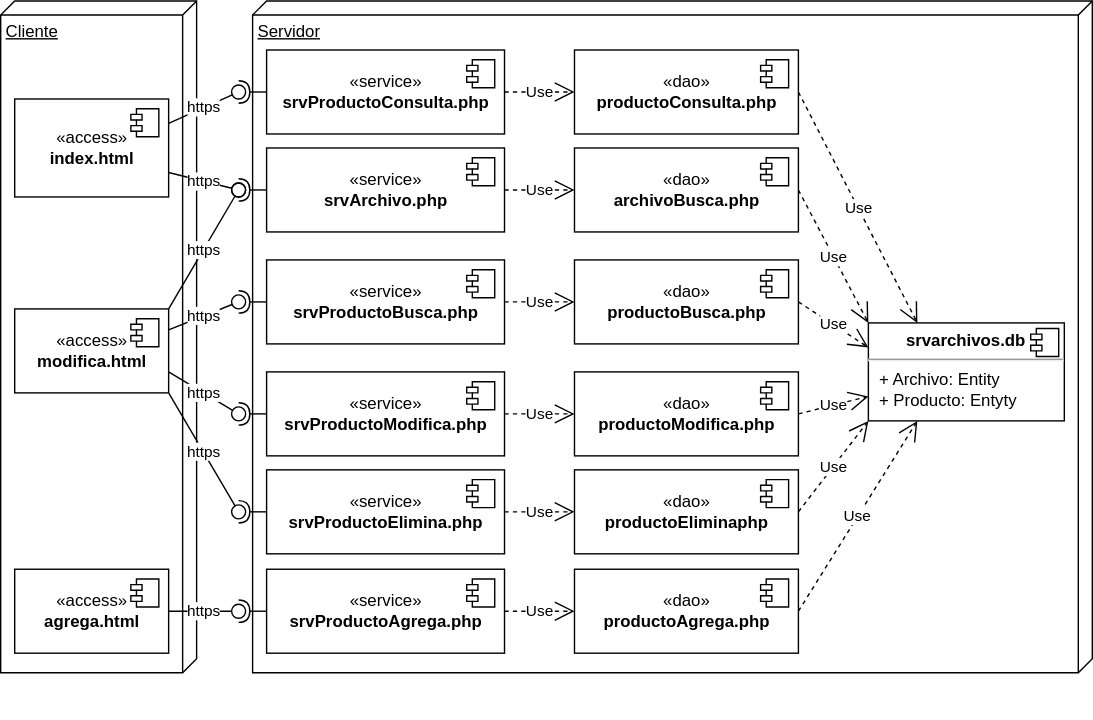
This is docs/img/m20archivos/archivosdeploy.drawio.svg from gilpgawoas/gilpgawoas.github.io, a draw.io export, as it was before one commit. Source tidied: cells renumbered, new cells last; positions are measured from the earlier drawing's top-left corner, leaving out a move shared by most shapes.
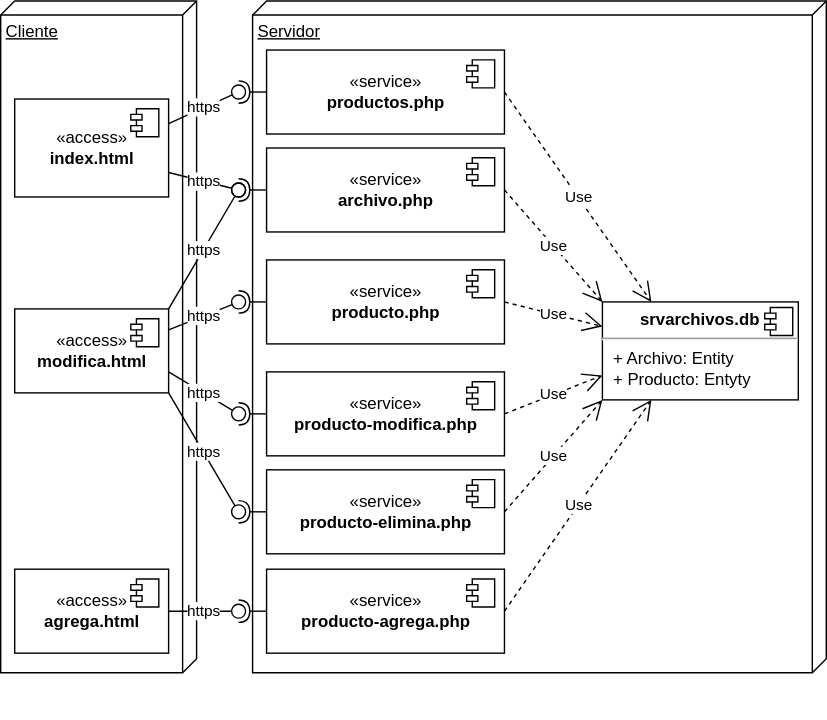
The same file after the commit.

The edit, as a diff of the source:
```diff
@@ -6,7 +6,7 @@
       <mxGeometry width="140" height="480" as="geometry" />
     </mxCell>
     <mxCell id="3" value="Servidor" style="verticalAlign=top;align=left;spacingTop=8;spacingLeft=2;spacingRight=12;shape=cube;size=10;direction=south;fontStyle=4;html=1;" parent="1" vertex="1">
-      <mxGeometry x="180" width="600" height="480" as="geometry" />
+      <mxGeometry x="180" width="410" height="480" as="geometry" />
     </mxCell>
     <mxCell id="4" value="«access»&lt;br&gt;&lt;b&gt;index.html&lt;/b&gt;" style="html=1;" parent="1" vertex="1">
       <mxGeometry x="10" y="70" width="110" height="70" as="geometry" />
@@ -16,7 +16,7 @@
         <mxPoint x="-27" y="7" as="offset" />
       </mxGeometry>
     </mxCell>
-    <mxCell id="6" value="«service»&lt;br&gt;&lt;b&gt;srvProductoConsulta.php&lt;/b&gt;" style="html=1;" parent="1" vertex="1">
+    <mxCell id="6" value="«service»&lt;br&gt;&lt;b&gt;productos.php&lt;/b&gt;" style="html=1;" parent="1" vertex="1">
       <mxGeometry x="190" y="35" width="170" height="60" as="geometry" />
     </mxCell>
     <mxCell id="7" style="shape=module;jettyWidth=8;jettyHeight=4;" parent="6" vertex="1">
@@ -24,56 +24,23 @@
         <mxPoint x="-27" y="7" as="offset" />
       </mxGeometry>
     </mxCell>
-    <mxCell id="8" value="«dao»&lt;br&gt;&lt;b&gt;productoAgrega.php&lt;/b&gt;" style="html=1;" parent="1" vertex="1">
-      <mxGeometry x="410" y="406" width="160" height="60" as="geometry" />
-    </mxCell>
-    <mxCell id="9" style="shape=module;jettyWidth=8;jettyHeight=4;" parent="8" vertex="1">
-      <mxGeometry x="1" width="20" height="20" relative="1" as="geometry">
-        <mxPoint x="-27" y="7" as="offset" />
-      </mxGeometry>
-    </mxCell>
-    <mxCell id="10" value="Use" style="endArrow=open;endSize=12;dashed=1;html=1;rounded=0;entryX=0;entryY=0.5;entryDx=0;entryDy=0;exitX=1;exitY=0.5;exitDx=0;exitDy=0;" parent="1" edge="1" source="6" target="26">
-      <mxGeometry relative="1" as="geometry" />
-    </mxCell>
-    <mxCell id="11" value="Use" style="endArrow=open;endSize=12;dashed=1;html=1;rounded=0;exitX=1;exitY=0.5;exitDx=0;exitDy=0;entryX=0.25;entryY=1;entryDx=0;entryDy=0;" parent="1" edge="1" source="8" target="12">
+    <mxCell id="11" value="Use" style="endArrow=open;endSize=12;dashed=1;html=1;rounded=0;exitX=1;exitY=0.5;exitDx=0;exitDy=0;entryX=0.25;entryY=1;entryDx=0;entryDy=0;" parent="1" edge="1" source="32" target="12">
       <mxGeometry relative="1" as="geometry" />
     </mxCell>
     <mxCell id="12" value="&lt;p style=&quot;margin:0px;margin-top:6px;text-align:center;&quot;&gt;&lt;b&gt;srvarchivos.db&lt;/b&gt;&lt;/p&gt;&lt;hr&gt;&lt;p style=&quot;margin:0px;margin-left:8px;&quot;&gt;+ Archivo: Entity&lt;/p&gt;&lt;p style=&quot;margin:0px;margin-left:8px;&quot;&gt;+ Producto: Entyty&lt;/p&gt;" style="align=left;overflow=fill;html=1;" parent="1" vertex="1">
-      <mxGeometry x="620" y="230" width="140" height="70" as="geometry" />
+      <mxGeometry x="430" y="215" width="140" height="70" as="geometry" />
     </mxCell>
     <mxCell id="13" style="shape=component;jettyWidth=8;jettyHeight=4;" parent="12" vertex="1">
       <mxGeometry x="1" width="20" height="20" relative="1" as="geometry">
         <mxPoint x="-24" y="4" as="offset" />
       </mxGeometry>
     </mxCell>
-    <mxCell id="14" value="«dao»&lt;br&gt;&lt;b&gt;productoBusca.php&lt;/b&gt;" style="html=1;" parent="1" vertex="1">
-      <mxGeometry x="410" y="185" width="160" height="60" as="geometry" />
-    </mxCell>
-    <mxCell id="15" style="shape=module;jettyWidth=8;jettyHeight=4;" parent="14" vertex="1">
-      <mxGeometry x="1" width="20" height="20" relative="1" as="geometry">
-        <mxPoint x="-27" y="7" as="offset" />
-      </mxGeometry>
-    </mxCell>
-    <mxCell id="16" value="«dao»&lt;br&gt;&lt;b&gt;productoEliminaphp&lt;/b&gt;" style="html=1;" parent="1" vertex="1">
-      <mxGeometry x="410" y="335" width="160" height="60" as="geometry" />
-    </mxCell>
-    <mxCell id="17" style="shape=module;jettyWidth=8;jettyHeight=4;" parent="16" vertex="1">
-      <mxGeometry x="1" width="20" height="20" relative="1" as="geometry">
-        <mxPoint x="-27" y="7" as="offset" />
-      </mxGeometry>
-    </mxCell>
-    <mxCell id="18" value="Use" style="endArrow=open;endSize=12;dashed=1;html=1;rounded=0;exitX=1;exitY=0.5;exitDx=0;exitDy=0;entryX=0;entryY=0.25;entryDx=0;entryDy=0;" parent="1" edge="1" source="14" target="12">
+    <mxCell id="18" value="Use" style="endArrow=open;endSize=12;dashed=1;html=1;rounded=0;exitX=1;exitY=0.5;exitDx=0;exitDy=0;entryX=0;entryY=0.25;entryDx=0;entryDy=0;" parent="1" edge="1" source="28" target="12">
       <mxGeometry relative="1" as="geometry" />
     </mxCell>
-    <mxCell id="19" value="Use" style="endArrow=open;endSize=12;dashed=1;html=1;rounded=0;exitX=1;exitY=0.5;exitDx=0;exitDy=0;entryX=0;entryY=1;entryDx=0;entryDy=0;" parent="1" edge="1" source="16" target="12">
+    <mxCell id="19" value="Use" style="endArrow=open;endSize=12;dashed=1;html=1;rounded=0;exitX=1;exitY=0.5;exitDx=0;exitDy=0;entryX=0;entryY=1;entryDx=0;entryDy=0;" parent="1" edge="1" source="30" target="12">
       <mxGeometry relative="1" as="geometry" />
     </mxCell>
-    <mxCell id="20" value="Use" style="endArrow=open;endSize=12;dashed=1;html=1;rounded=0;entryX=0;entryY=0.5;entryDx=0;entryDy=0;exitX=1;exitY=0.5;exitDx=0;exitDy=0;" parent="1" edge="1" source="30" target="16">
-      <mxGeometry relative="1" as="geometry" />
-    </mxCell>
-    <mxCell id="21" value="Use" style="endArrow=open;endSize=12;dashed=1;html=1;rounded=0;entryX=0;entryY=0.5;entryDx=0;entryDy=0;exitX=1;exitY=0.5;exitDx=0;exitDy=0;" parent="1" edge="1" source="32" target="8">
-      <mxGeometry relative="1" as="geometry" />
-    </mxCell>
     <mxCell id="22" value="«access»&lt;br&gt;&lt;b&gt;agrega.html&lt;/b&gt;" style="html=1;" parent="1" vertex="1">
       <mxGeometry x="10" y="406" width="110" height="60" as="geometry" />
     </mxCell>
@@ -90,15 +57,7 @@
         <mxPoint x="-27" y="7" as="offset" />
       </mxGeometry>
     </mxCell>
-    <mxCell id="26" value="«dao»&lt;br&gt;&lt;b&gt;productoConsulta.php&lt;/b&gt;" style="html=1;" parent="1" vertex="1">
-      <mxGeometry x="410" y="35" width="160" height="60" as="geometry" />
-    </mxCell>
-    <mxCell id="27" style="shape=module;jettyWidth=8;jettyHeight=4;" parent="26" vertex="1">
-      <mxGeometry x="1" width="20" height="20" relative="1" as="geometry">
-        <mxPoint x="-27" y="7" as="offset" />
-      </mxGeometry>
-    </mxCell>
-    <mxCell id="28" value="«service»&lt;br&gt;&lt;b&gt;srvProductoBusca&lt;/b&gt;&lt;b&gt;.php&lt;/b&gt;" style="html=1;" parent="1" vertex="1">
+    <mxCell id="28" value="«service»&lt;br&gt;&lt;b&gt;producto&lt;/b&gt;&lt;b&gt;.php&lt;/b&gt;" style="html=1;" parent="1" vertex="1">
       <mxGeometry x="190" y="185" width="170" height="60" as="geometry" />
     </mxCell>
     <mxCell id="29" style="shape=module;jettyWidth=8;jettyHeight=4;" parent="28" vertex="1">
@@ -106,7 +65,7 @@
         <mxPoint x="-27" y="7" as="offset" />
       </mxGeometry>
     </mxCell>
-    <mxCell id="30" value="«service»&lt;br&gt;&lt;b&gt;srvProductoElimina&lt;/b&gt;&lt;b&gt;.php&lt;/b&gt;" style="html=1;" parent="1" vertex="1">
+    <mxCell id="30" value="«service»&lt;br&gt;&lt;b&gt;producto-elimina&lt;/b&gt;&lt;b&gt;.php&lt;/b&gt;" style="html=1;" parent="1" vertex="1">
       <mxGeometry x="190" y="335" width="170" height="60" as="geometry" />
     </mxCell>
     <mxCell id="31" style="shape=module;jettyWidth=8;jettyHeight=4;" parent="30" vertex="1">
@@ -114,7 +73,7 @@
         <mxPoint x="-27" y="7" as="offset" />
       </mxGeometry>
     </mxCell>
-    <mxCell id="32" value="«service»&lt;br&gt;&lt;b&gt;srvProductoAgreg&lt;/b&gt;&lt;b&gt;a.php&lt;/b&gt;" style="html=1;" parent="1" vertex="1">
+    <mxCell id="32" value="«service»&lt;br&gt;&lt;b&gt;producto-agreg&lt;/b&gt;&lt;b&gt;a.php&lt;/b&gt;" style="html=1;" parent="1" vertex="1">
       <mxGeometry x="190" y="406" width="170" height="60" as="geometry" />
     </mxCell>
     <mxCell id="33" style="shape=module;jettyWidth=8;jettyHeight=4;" parent="32" vertex="1">
@@ -122,10 +81,7 @@
         <mxPoint x="-27" y="7" as="offset" />
       </mxGeometry>
     </mxCell>
-    <mxCell id="34" value="Use" style="endArrow=open;endSize=12;dashed=1;html=1;rounded=0;entryX=0;entryY=0.5;entryDx=0;entryDy=0;exitX=1;exitY=0.5;exitDx=0;exitDy=0;" parent="1" edge="1" source="28" target="14">
-      <mxGeometry relative="1" as="geometry" />
-    </mxCell>
-    <mxCell id="35" value="Use" style="endArrow=open;endSize=12;dashed=1;html=1;rounded=0;exitX=1;exitY=0.5;exitDx=0;exitDy=0;entryX=0.25;entryY=0;entryDx=0;entryDy=0;" parent="1" edge="1" source="26" target="12">
+    <mxCell id="35" value="Use" style="endArrow=open;endSize=12;dashed=1;html=1;rounded=0;exitX=1;exitY=0.5;exitDx=0;exitDy=0;entryX=0.25;entryY=0;entryDx=0;entryDy=0;" parent="1" edge="1" source="6" target="12">
       <mxGeometry relative="1" as="geometry" />
     </mxCell>
     <mxCell id="36" style="rounded=0;orthogonalLoop=1;jettySize=auto;html=1;endArrow=halfCircle;endFill=0;endSize=6;strokeWidth=1;sketch=0;exitX=0;exitY=0.5;exitDx=0;exitDy=0;" parent="1" edge="1">
@@ -134,7 +90,7 @@
         <mxPoint x="160" y="505" as="targetPoint" />
       </mxGeometry>
     </mxCell>
-    <mxCell id="37" value="«service»&lt;br&gt;&lt;b&gt;srvProductoModifica&lt;/b&gt;&lt;b&gt;.php&lt;/b&gt;" style="html=1;" parent="1" vertex="1">
+    <mxCell id="37" value="«service»&lt;br&gt;&lt;b&gt;producto-modifica&lt;/b&gt;&lt;b&gt;.php&lt;/b&gt;" style="html=1;" parent="1" vertex="1">
       <mxGeometry x="190" y="265" width="170" height="60" as="geometry" />
     </mxCell>
     <mxCell id="38" style="shape=module;jettyWidth=8;jettyHeight=4;" parent="37" vertex="1">
@@ -142,20 +98,9 @@
         <mxPoint x="-27" y="7" as="offset" />
       </mxGeometry>
     </mxCell>
-    <mxCell id="39" value="«dao»&lt;br&gt;&lt;b&gt;productoModifica.php&lt;/b&gt;" style="html=1;" parent="1" vertex="1">
-      <mxGeometry x="410" y="265" width="160" height="60" as="geometry" />
-    </mxCell>
-    <mxCell id="40" style="shape=module;jettyWidth=8;jettyHeight=4;" parent="39" vertex="1">
-      <mxGeometry x="1" width="20" height="20" relative="1" as="geometry">
-        <mxPoint x="-27" y="7" as="offset" />
-      </mxGeometry>
-    </mxCell>
-    <mxCell id="41" value="Use" style="endArrow=open;endSize=12;dashed=1;html=1;rounded=0;exitX=1;exitY=0.5;exitDx=0;exitDy=0;entryX=0;entryY=0.75;entryDx=0;entryDy=0;" parent="1" edge="1" source="39" target="12">
+    <mxCell id="41" value="Use" style="endArrow=open;endSize=12;dashed=1;html=1;rounded=0;exitX=1;exitY=0.5;exitDx=0;exitDy=0;entryX=0;entryY=0.75;entryDx=0;entryDy=0;" parent="1" edge="1" source="37" target="12">
       <mxGeometry relative="1" as="geometry" />
     </mxCell>
-    <mxCell id="42" value="Use" style="endArrow=open;endSize=12;dashed=1;html=1;rounded=0;entryX=0;entryY=0.5;entryDx=0;entryDy=0;exitX=1;exitY=0.5;exitDx=0;exitDy=0;" parent="1" edge="1" source="37" target="39">
-      <mxGeometry relative="1" as="geometry" />
-    </mxCell>
     <mxCell id="43" style="ellipse;whiteSpace=wrap;html=1;align=center;fillColor=none;strokeColor=none;perimeter=centerPerimeter;" parent="1" vertex="1">
       <mxGeometry x="385" y="485" width="10" height="10" as="geometry" />
     </mxCell>
@@ -171,7 +116,7 @@
     <mxCell id="47" style="ellipse;whiteSpace=wrap;html=1;align=center;fillColor=none;strokeColor=none;perimeter=centerPerimeter;" parent="1" vertex="1">
       <mxGeometry x="385" y="485" width="10" height="10" as="geometry" />
     </mxCell>
-    <mxCell id="48" value="«service»&lt;br&gt;&lt;b&gt;srvArchivo.php&lt;/b&gt;" style="html=1;" parent="1" vertex="1">
+    <mxCell id="48" value="«service»&lt;br&gt;&lt;b&gt;archivo.php&lt;/b&gt;" style="html=1;" parent="1" vertex="1">
       <mxGeometry x="190" y="105" width="170" height="60" as="geometry" />
     </mxCell>
     <mxCell id="49" style="shape=module;jettyWidth=8;jettyHeight=4;" parent="48" vertex="1">
@@ -179,18 +124,7 @@
         <mxPoint x="-27" y="7" as="offset" />
       </mxGeometry>
     </mxCell>
-    <mxCell id="50" value="«dao»&lt;br&gt;&lt;b&gt;archivoBusca.php&lt;/b&gt;" style="html=1;" parent="1" vertex="1">
-      <mxGeometry x="410" y="105" width="160" height="60" as="geometry" />
-    </mxCell>
-    <mxCell id="51" style="shape=module;jettyWidth=8;jettyHeight=4;" parent="50" vertex="1">
-      <mxGeometry x="1" width="20" height="20" relative="1" as="geometry">
-        <mxPoint x="-27" y="7" as="offset" />
-      </mxGeometry>
-    </mxCell>
-    <mxCell id="52" value="Use" style="endArrow=open;endSize=12;dashed=1;html=1;rounded=0;entryX=0;entryY=0.5;entryDx=0;entryDy=0;exitX=1;exitY=0.5;exitDx=0;exitDy=0;" parent="1" edge="1" source="48" target="50">
-      <mxGeometry relative="1" as="geometry" />
-    </mxCell>
-    <mxCell id="53" value="Use" style="endArrow=open;endSize=12;dashed=1;html=1;rounded=0;exitX=1;exitY=0.5;exitDx=0;exitDy=0;entryX=0;entryY=0;entryDx=0;entryDy=0;" parent="1" edge="1" source="50" target="12">
+    <mxCell id="53" value="Use" style="endArrow=open;endSize=12;dashed=1;html=1;rounded=0;exitX=1;exitY=0.5;exitDx=0;exitDy=0;entryX=0;entryY=0;entryDx=0;entryDy=0;" parent="1" edge="1" source="48" target="12">
       <mxGeometry relative="1" as="geometry" />
     </mxCell>
     <mxCell id="54" style="rounded=0;jettySize=auto;html=1;endArrow=halfCircle;endFill=0;endSize=6;strokeWidth=1;sketch=0;exitX=0;exitY=0.5;exitDx=0;exitDy=0;" parent="1" edge="1" source="6" target="56">
```
